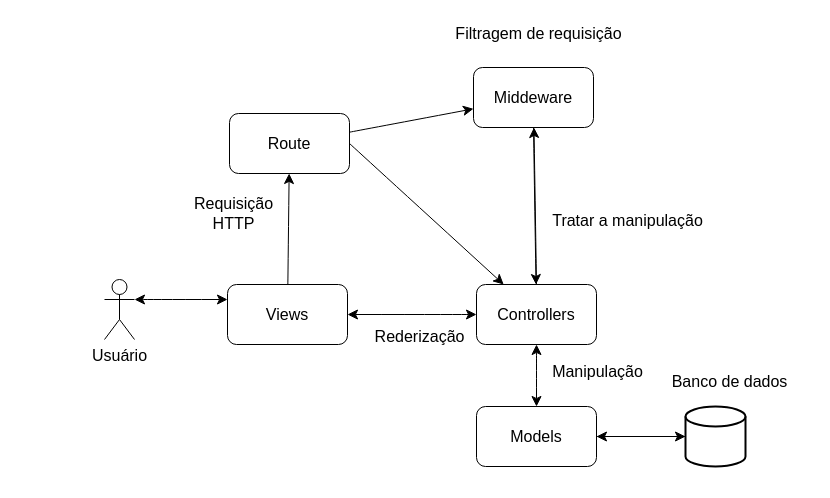
Before: page "Página-2" (2 of 3) of interface.drawio in FlavioCandidoSilva/2020_1_POO, a draw.io diagram. Source tidied: cells renumbered, new cells numbered last; positions are measured from the earlier drawing's top-left corner, leaving out a move shared by most shapes. Both pictures are drawn from the tidied source at 100%, with x=0, y=0 at pixel (104, 17).
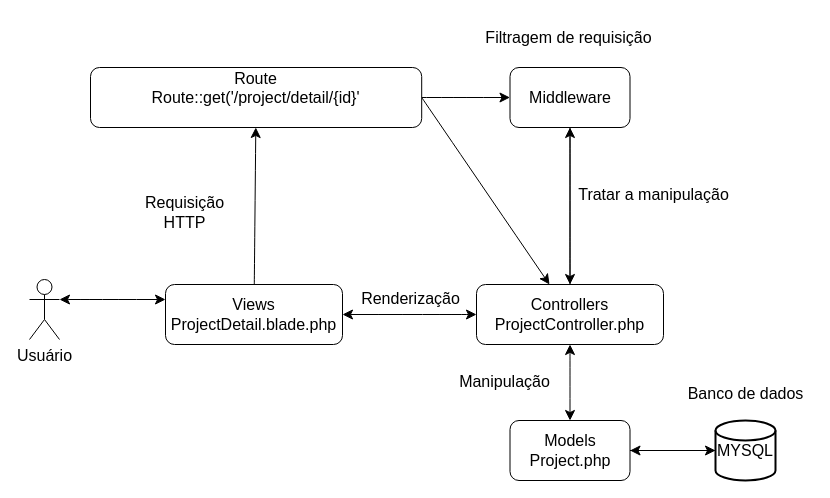
The same page after the edit.

Change to the diagram source:
```diff
@@
-    <mxCell id="5" value="Controllers" style="rounded=1;whiteSpace=wrap;html=1;fontSize=16;" parent="1" vertex="1">
-      <mxGeometry x="372" y="267" width="120" height="60" as="geometry" />
+    <mxCell id="5" value="Controllers&lt;br&gt;ProjectController.php" style="rounded=1;whiteSpace=wrap;html=1;fontSize=16;" parent="1" vertex="1">
+      <mxGeometry x="372" y="267" width="187" height="60" as="geometry" />
     </mxCell>
@@
-    <mxCell id="7" value="Views" style="whiteSpace=wrap;html=1;fontSize=16;rounded=1;" parent="1" vertex="1">
-      <mxGeometry x="123" y="267" width="120" height="60" as="geometry" />
+    <mxCell id="7" value="Views&lt;br&gt;ProjectDetail.blade.php" style="whiteSpace=wrap;html=1;fontSize=16;rounded=1;" parent="1" vertex="1">
+      <mxGeometry x="61" y="267" width="177" height="60" as="geometry" />
     </mxCell>
@@
-    <mxCell id="9" value="Models" style="whiteSpace=wrap;html=1;fontSize=16;rounded=1;" parent="1" vertex="1">
-      <mxGeometry x="372" y="389" width="120" height="60" as="geometry" />
+    <mxCell id="9" value="Models&lt;br&gt;Project.php" style="whiteSpace=wrap;html=1;fontSize=16;rounded=1;" parent="1" vertex="1">
+      <mxGeometry x="405.5" y="403" width="120" height="60" as="geometry" />
     </mxCell>
@@
     <mxCell id="11" value="Usuário" style="shape=umlActor;verticalLabelPosition=bottom;verticalAlign=top;html=1;outlineConnect=0;fontSize=16;" parent="1" vertex="1">
-      <mxGeometry y="262" width="30" height="60" as="geometry" />
+      <mxGeometry x="-75" y="262" width="30" height="60" as="geometry" />
     </mxCell>
     <mxCell id="12" value="Manipulação" style="text;html=1;align=center;verticalAlign=middle;strokeColor=none;fillColor=none;fontSize=16;" parent="1" vertex="1">
-      <mxGeometry x="438" y="338" width="109" height="31" as="geometry" />
+      <mxGeometry x="345" y="348" width="109" height="31" as="geometry" />
     </mxCell>
-    <mxCell id="13" value="Rederização" style="text;html=1;align=center;verticalAlign=middle;strokeColor=none;fillColor=none;fontSize=16;" parent="1" vertex="1">
-      <mxGeometry x="261" y="303" width="108" height="31" as="geometry" />
+    <mxCell id="13" value="Renderização" style="text;html=1;align=center;verticalAlign=middle;strokeColor=none;fillColor=none;fontSize=16;" parent="1" vertex="1">
+      <mxGeometry x="247" y="265" width="117" height="31" as="geometry" />
     </mxCell>
@@
-    <mxCell id="16" value="Route" style="whiteSpace=wrap;html=1;fontSize=16;rounded=1;" parent="1" vertex="1">
-      <mxGeometry x="125" y="96" width="120" height="60" as="geometry" />
+    <mxCell id="16" value="Route&lt;br&gt;&lt;div&gt;Route::get('/project/detail/{id}'&lt;/div&gt;&lt;div&gt;&lt;br&gt;&lt;/div&gt;" style="whiteSpace=wrap;html=1;fontSize=16;rounded=1;" parent="1" vertex="1">
+      <mxGeometry x="-14" y="50" width="331.2" height="60" as="geometry" />
     </mxCell>
@@
-    <mxCell id="18" value="Middeware" style="whiteSpace=wrap;html=1;fontSize=16;rounded=1;" parent="1" vertex="1">
-      <mxGeometry x="369" y="50" width="120" height="60" as="geometry" />
+    <mxCell id="18" value="Middleware" style="whiteSpace=wrap;html=1;fontSize=16;rounded=1;" parent="1" vertex="1">
+      <mxGeometry x="405.5" y="50" width="120" height="60" as="geometry" />
     </mxCell>
     <mxCell id="19" value="Requisição&lt;br&gt;HTTP" style="text;html=1;align=center;verticalAlign=middle;strokeColor=none;fillColor=none;fontSize=16;" parent="1" vertex="1">
-      <mxGeometry x="80" y="171" width="97" height="50" as="geometry" />
+      <mxGeometry x="31" y="170" width="97" height="50" as="geometry" />
     </mxCell>
     <mxCell id="20" value="Tratar a manipulação" style="text;html=1;align=center;verticalAlign=middle;strokeColor=none;fillColor=none;fontSize=16;" parent="1" vertex="1">
-      <mxGeometry x="438" y="187" width="169" height="31" as="geometry" />
+      <mxGeometry x="464" y="161" width="169" height="31" as="geometry" />
     </mxCell>
     <mxCell id="21" value="Filtragem de requisição" style="text;html=1;align=center;verticalAlign=middle;strokeColor=none;fillColor=none;fontSize=16;" parent="1" vertex="1">
-      <mxGeometry x="342" width="184" height="31" as="geometry" />
+      <mxGeometry x="372" y="4" width="184" height="31" as="geometry" />
     </mxCell>
@@
-    <mxCell id="23" style="strokeWidth=2;html=1;shape=mxgraph.flowchart.database;whiteSpace=wrap;fontSize=16;" parent="1" vertex="1">
-      <mxGeometry x="581" y="389" width="60" height="60" as="geometry" />
+    <mxCell id="23" value="MYSQL" style="strokeWidth=2;html=1;shape=mxgraph.flowchart.database;whiteSpace=wrap;fontSize=16;" parent="1" vertex="1">
+      <mxGeometry x="611" y="403" width="60" height="60" as="geometry" />
     </mxCell>
     <mxCell id="24" value="Banco de dados" style="text;html=1;align=center;verticalAlign=middle;strokeColor=none;fillColor=none;fontSize=16;" parent="1" vertex="1">
-      <mxGeometry x="558" y="348" width="134" height="31" as="geometry" />
+      <mxGeometry x="574" y="360" width="134" height="31" as="geometry" />
     </mxCell>
```
